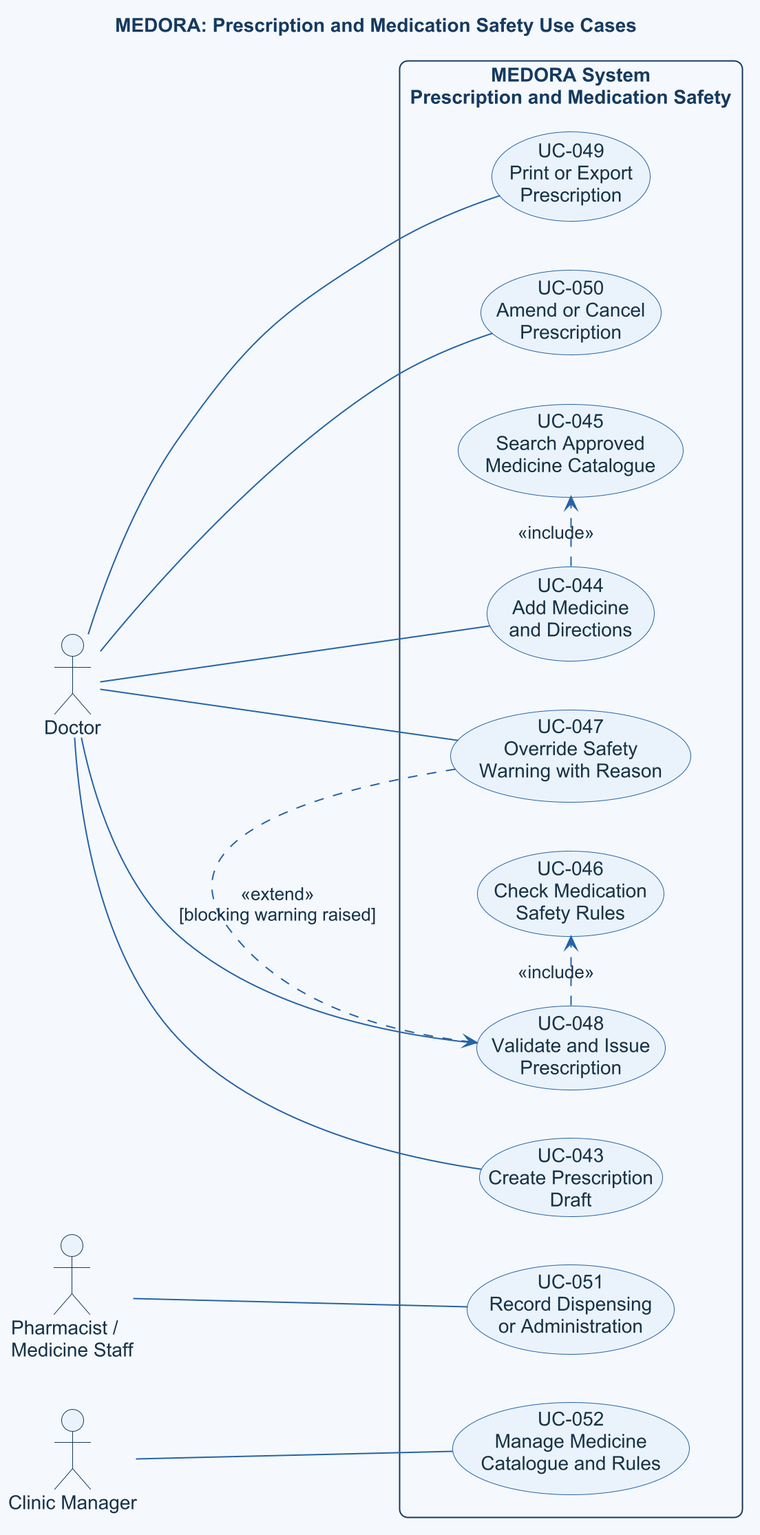
Above: doc/asset/03-system-requirements/use-case-by-function/prescription/figure/prescription-and-medication-safety.png in DucDung-1107/SysDes_2026.1_Group_08 (PlantUML), before the change.
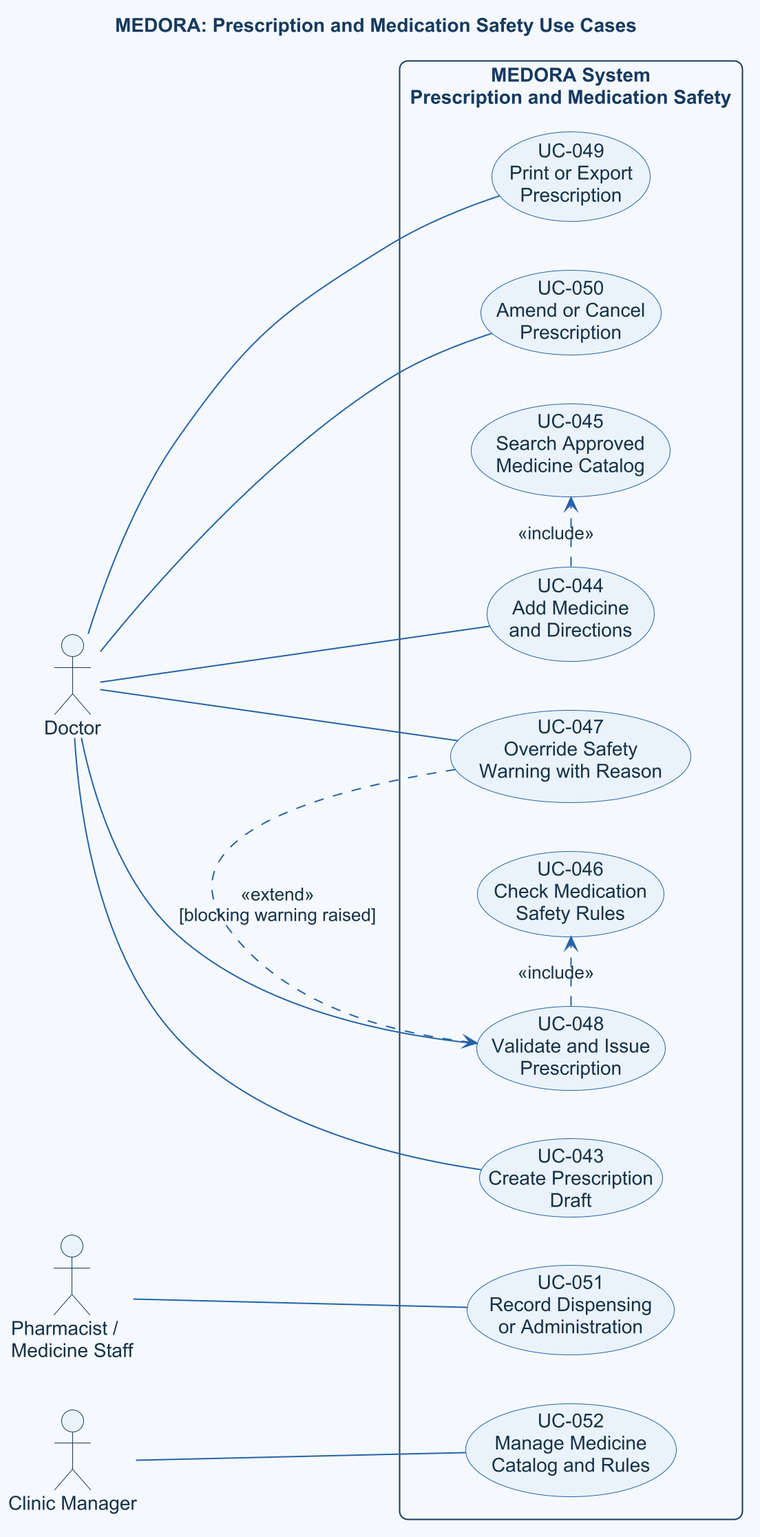
The same file after the commit.

What changed in the source:
```diff
@@ -11,14 +11,14 @@
 rectangle "MEDORA System\nPrescription and Medication Safety" {
   usecase "UC-043\nCreate Prescription\nDraft" as draft
   usecase "UC-044\nAdd Medicine\nand Directions" as item
-  usecase "UC-045\nSearch Approved\nMedicine Catalogue" as medicine
+  usecase "UC-045\nSearch Approved\nMedicine Catalog" as medicine
   usecase "UC-046\nCheck Medication\nSafety Rules" as warning
   usecase "UC-047\nOverride Safety\nWarning with Reason" as override
   usecase "UC-048\nValidate and Issue\nPrescription" as issue
   usecase "UC-049\nPrint or Export\nPrescription" as print
   usecase "UC-050\nAmend or Cancel\nPrescription" as amend
   usecase "UC-051\nRecord Dispensing\nor Administration" as administer
-  usecase "UC-052\nManage Medicine\nCatalogue and Rules" as catalogue
+  usecase "UC-052\nManage Medicine\nCatalog and Rules" as catalog
 }
 
 doctor -- draft
@@ -28,7 +28,7 @@
 doctor -- amend
 doctor -- override
 pharmacist -- administer
-manager -- catalogue
+manager -- catalog
 
 item .> medicine : <<include>>
 override .> issue : <<extend>>\n[blocking warning raised]
```
